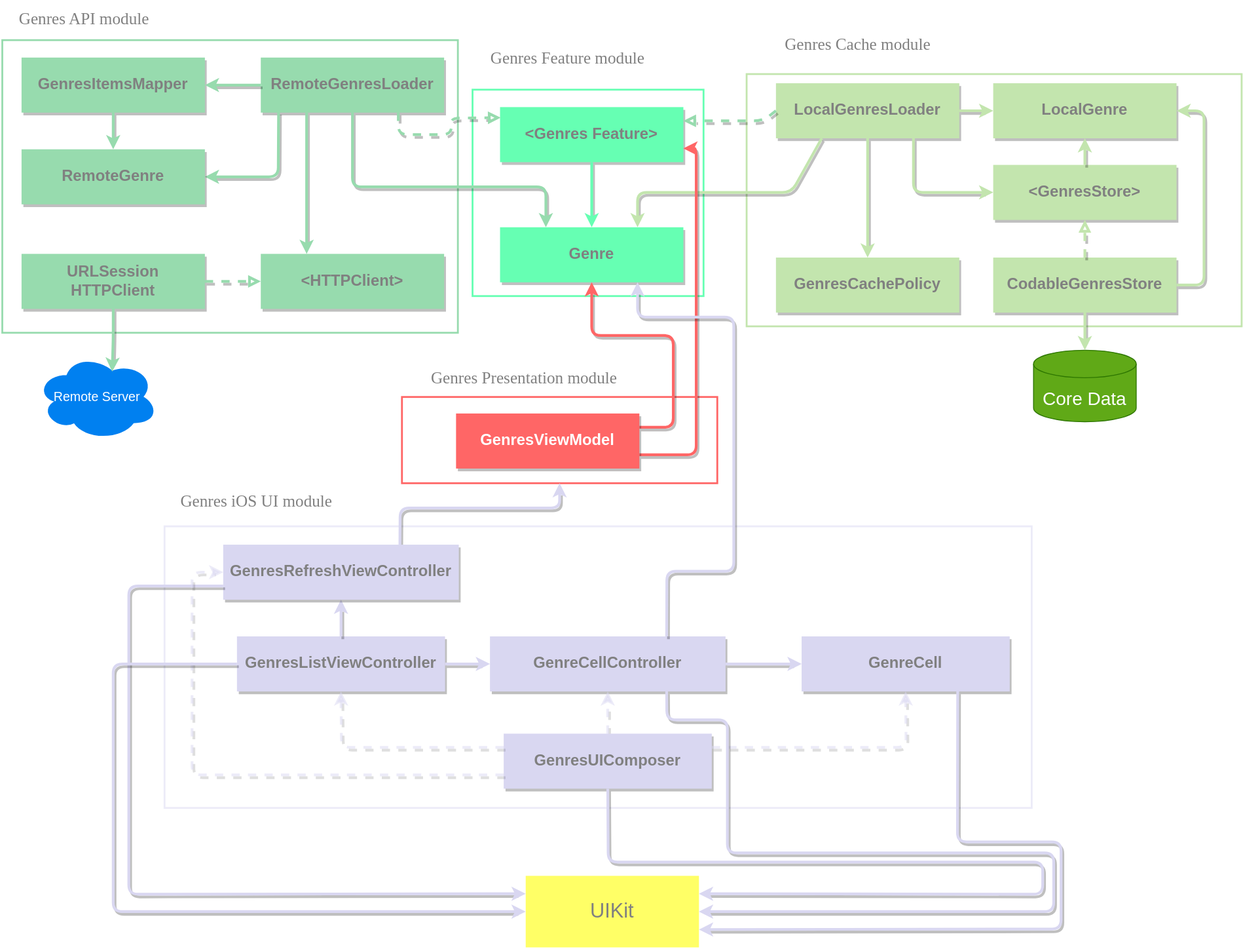
Earlier version of the draw.io export Podcasts Genres List/Genres List UI/dependency.drawio.svg (alexnikol/AnyCast). Source tidied: cells renumbered, new cells last; positions are measured from the earlier drawing's top-left corner, leaving out a move shared by most shapes.
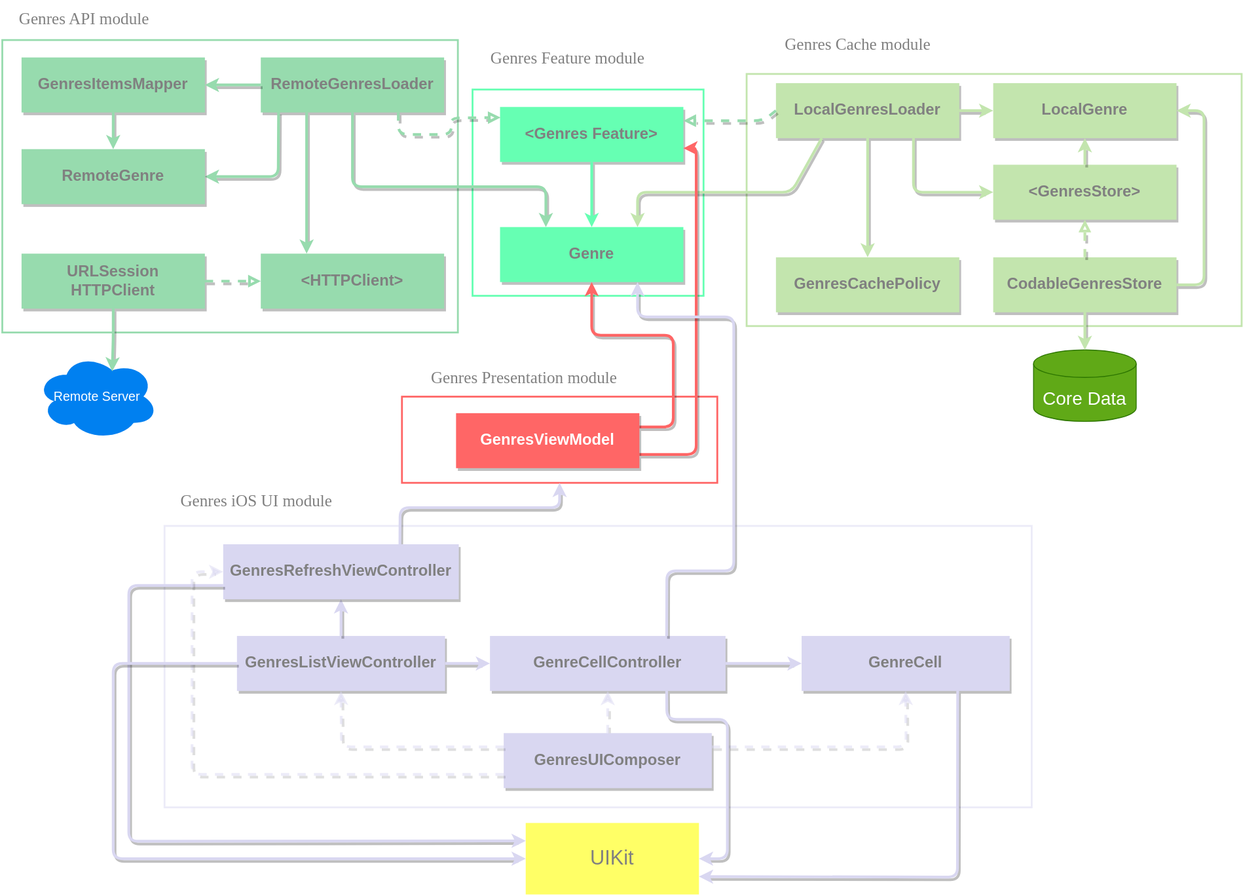
After the change.

Commit message:
Dependency diagram updated

What changed in the source:
```diff
@@ -266,23 +266,12 @@
       </mxGeometry>
     </mxCell>
     <mxCell id="63" value="UIKit" style="rounded=0;whiteSpace=wrap;html=1;strokeWidth=2;strokeColor=none;fillColor=#FFFF66;fontColor=#808080;fontSize=22;" parent="1" vertex="1">
-      <mxGeometry x="573" y="954" width="189" height="78" as="geometry" />
+      <mxGeometry x="573" y="897" width="189" height="78" as="geometry" />
     </mxCell>
-    <mxCell id="64" style="edgeStyle=none;html=1;exitX=0.5;exitY=1;exitDx=0;exitDy=0;fontSize=17;fontColor=#999900;strokeColor=#D9D7F1;fillColor=#a20025;strokeWidth=3;shadow=1;entryX=1;entryY=0.25;entryDx=0;entryDy=0;" parent="1" edge="1" source="59" target="63">
-      <mxGeometry relative="1" as="geometry">
-        <Array as="points">
-          <mxPoint x="663" y="939" />
-          <mxPoint x="1137" y="939" />
-          <mxPoint x="1137" y="974" />
-        </Array>
-      </mxGeometry>
-    </mxCell>
     <mxCell id="65" style="edgeStyle=none;html=1;exitX=0.75;exitY=1;exitDx=0;exitDy=0;fontSize=17;fontColor=#999900;strokeColor=#D9D7F1;fillColor=#a20025;strokeWidth=3;shadow=1;entryX=1;entryY=0.75;entryDx=0;entryDy=0;" parent="1" edge="1" source="52" target="63">
       <mxGeometry relative="1" as="geometry">
         <Array as="points">
-          <mxPoint x="1044" y="917" />
-          <mxPoint x="1157" y="917" />
-          <mxPoint x="1157" y="1012" />
+          <mxPoint x="1044" y="956" />
         </Array>
       </mxGeometry>
     </mxCell>
@@ -290,7 +279,7 @@
       <mxGeometry relative="1" as="geometry">
         <Array as="points">
           <mxPoint x="140" y="638" />
-          <mxPoint x="140" y="974" />
+          <mxPoint x="140" y="917" />
         </Array>
       </mxGeometry>
     </mxCell>
@@ -307,7 +296,7 @@
       <mxGeometry relative="1" as="geometry">
         <Array as="points">
           <mxPoint x="123" y="723" />
-          <mxPoint x="123" y="993" />
+          <mxPoint x="123" y="936" />
         </Array>
       </mxGeometry>
     </mxCell>
@@ -316,9 +305,7 @@
         <Array as="points">
           <mxPoint x="727" y="784" />
           <mxPoint x="793" y="784" />
-          <mxPoint x="793" y="929" />
-          <mxPoint x="1149" y="929" />
-          <mxPoint x="1149" y="993" />
+          <mxPoint x="793" y="936" />
         </Array>
       </mxGeometry>
     </mxCell>
```
